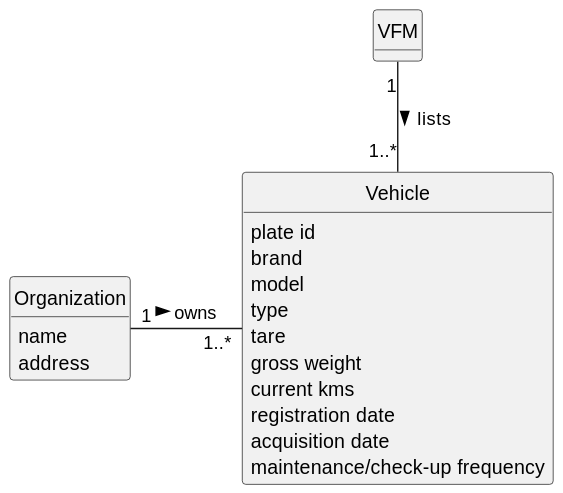
Earlier version of the PlantUML export docs/sprintB/us008/02.analysis/svg/us008-domain-model.svg (diogoveirospro/lei-24-s2-1dg-g072).
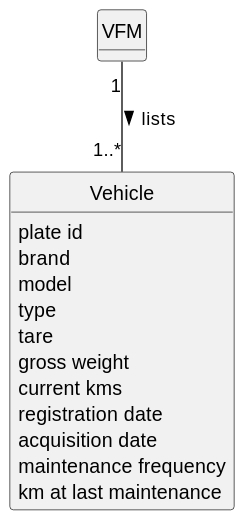
The same diagram one commit later.

Diff of the diagram source:
```diff
@@ -10,10 +10,7 @@
 hide methods
 
 
-class Organization{
-    name
-    address
-}
+
 
 class VFM {
 
@@ -29,11 +26,10 @@
     current kms
     registration date
     acquisition date
-    maintenance/check-up frequency
+    maintenance frequency
+    km at last maintenance
 }
 
 
 VFM "1" -- "1..*" Vehicle: lists >
-
-Organization "1" - "1..*" Vehicle: owns >
 @enduml
```
